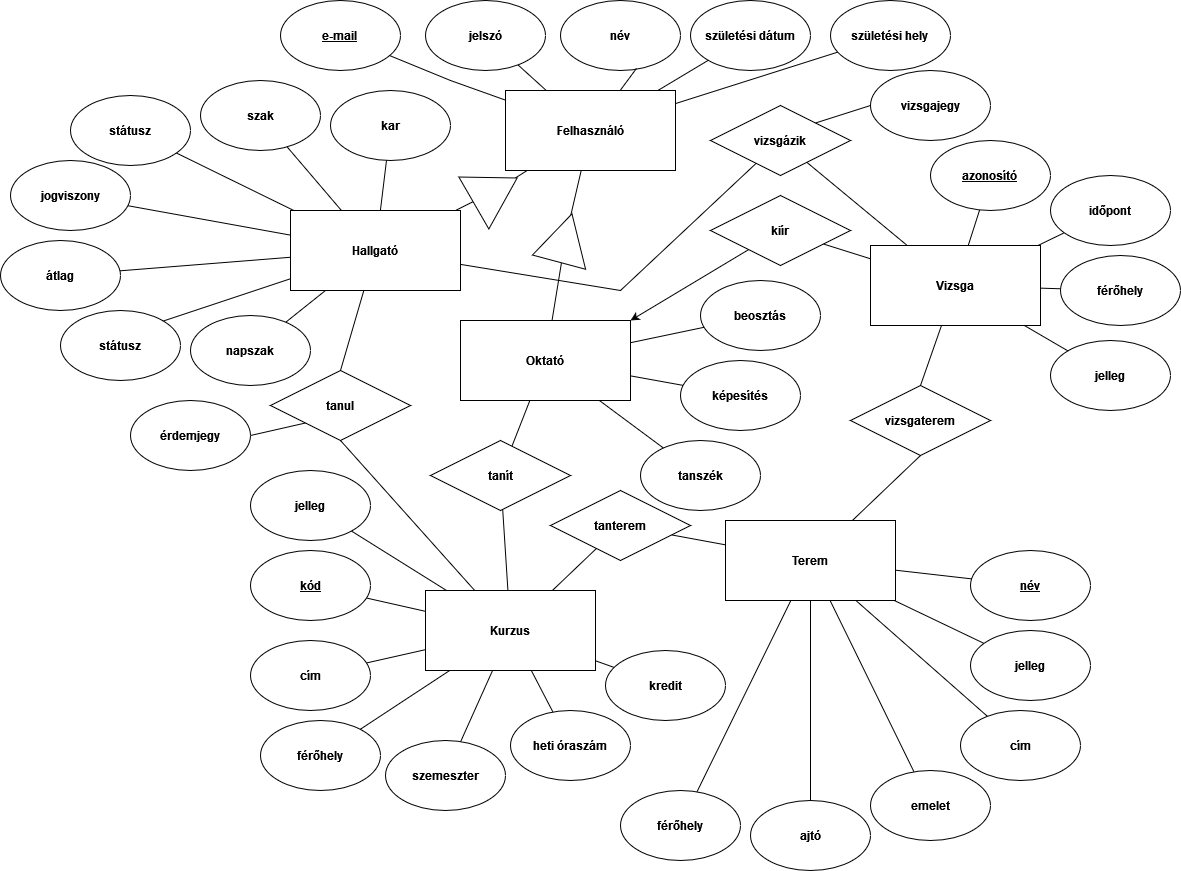
Before: M1/ETK.png, a diagram exported from draw.io (farkasp1050/banana). Source tidied: cells renumbered, new cells last; positions are measured from the earlier drawing's top-left corner, leaving out a move shared by most shapes.
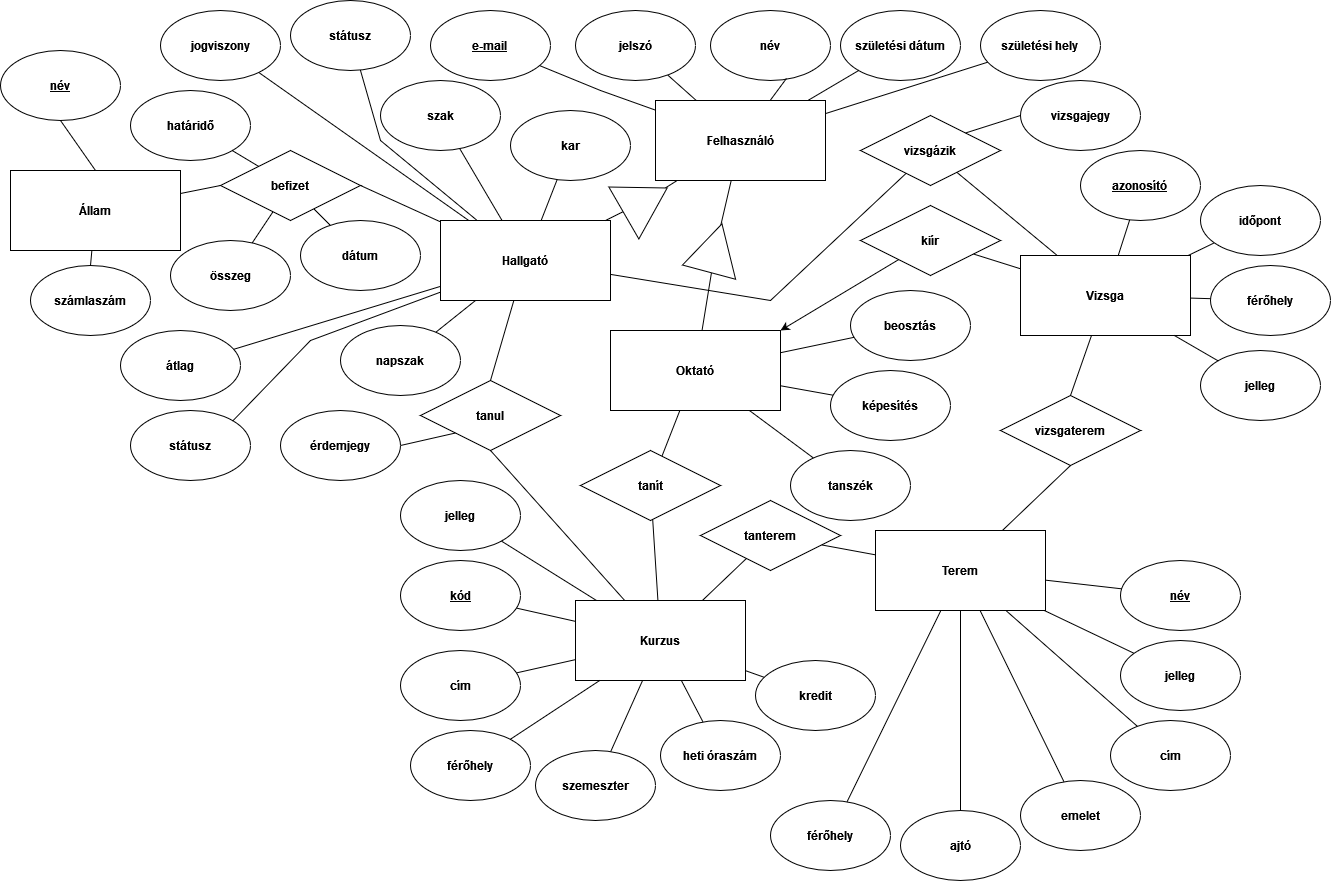
After the commit.

Commit message:
ETK - végleges

Change to the diagram source:
```diff
@@ -18,10 +18,10 @@
       <mxGeometry x="830" width="120" height="70" as="geometry" />
     </mxCell>
     <mxCell id="7" value="&lt;b&gt;jogviszony&lt;/b&gt;" style="ellipse;whiteSpace=wrap;html=1;" parent="1" vertex="1">
-      <mxGeometry x="10" y="160" width="120" height="70" as="geometry" />
+      <mxGeometry x="10" width="120" height="70" as="geometry" />
     </mxCell>
     <mxCell id="8" value="&lt;b&gt;szak&lt;/b&gt;" style="ellipse;whiteSpace=wrap;html=1;" parent="1" vertex="1">
-      <mxGeometry x="200" y="80" width="120" height="70" as="geometry" />
+      <mxGeometry x="230" y="70" width="120" height="70" as="geometry" />
     </mxCell>
     <mxCell id="9" style="endArrow=none;html=1;rounded=0;" parent="1" edge="1" source="46" target="7">
       <mxGeometry relative="1" as="geometry" />
@@ -229,13 +229,17 @@
       <mxGeometry relative="1" as="geometry" />
     </mxCell>
     <mxCell id="76" value="&lt;b&gt;státusz&lt;/b&gt;" style="ellipse;whiteSpace=wrap;html=1;" parent="1" vertex="1">
-      <mxGeometry x="70" y="95" width="120" height="70" as="geometry" />
+      <mxGeometry x="140" y="-10" width="120" height="70" as="geometry" />
     </mxCell>
     <mxCell id="77" style="endArrow=none;html=1;rounded=0;" parent="1" edge="1" source="46" target="76">
-      <mxGeometry relative="1" as="geometry" />
+      <mxGeometry relative="1" as="geometry">
+        <Array as="points">
+          <mxPoint x="230" y="130" />
+        </Array>
+      </mxGeometry>
     </mxCell>
     <mxCell id="78" value="&lt;b&gt;kar&lt;/b&gt;" style="ellipse;whiteSpace=wrap;html=1;" parent="1" vertex="1">
-      <mxGeometry x="330" y="90" width="120" height="70" as="geometry" />
+      <mxGeometry x="360" y="100" width="120" height="70" as="geometry" />
     </mxCell>
     <mxCell id="79" style="endArrow=none;html=1;rounded=0;" parent="1" edge="1" source="46" target="78">
       <mxGeometry relative="1" as="geometry" />
@@ -269,10 +273,14 @@
       </mxGeometry>
     </mxCell>
     <mxCell id="88" value="&lt;b&gt;státusz&lt;/b&gt;" style="ellipse;whiteSpace=wrap;html=1;" parent="1" vertex="1">
-      <mxGeometry x="60" y="310" width="120" height="70" as="geometry" />
+      <mxGeometry x="-20" y="400" width="120" height="70" as="geometry" />
     </mxCell>
     <mxCell id="89" style="endArrow=none;html=1;rounded=0;entryX=1;entryY=0;entryDx=0;entryDy=0;" parent="1" edge="1" source="46" target="88">
-      <mxGeometry relative="1" as="geometry" />
+      <mxGeometry relative="1" as="geometry">
+        <Array as="points">
+          <mxPoint x="160" y="330" />
+        </Array>
+      </mxGeometry>
     </mxCell>
     <mxCell id="90" value="&lt;b&gt;napszak&lt;/b&gt;" style="ellipse;whiteSpace=wrap;html=1;" parent="1" vertex="1">
       <mxGeometry x="190" y="315" width="120" height="70" as="geometry" />
@@ -281,7 +289,7 @@
       <mxGeometry relative="1" as="geometry" />
     </mxCell>
     <mxCell id="92" value="&lt;b&gt;átlag&lt;/b&gt;" style="ellipse;whiteSpace=wrap;html=1;" parent="1" vertex="1">
-      <mxGeometry y="240" width="120" height="70" as="geometry" />
+      <mxGeometry x="-30" y="320" width="120" height="70" as="geometry" />
     </mxCell>
     <mxCell id="93" style="endArrow=none;html=1;rounded=0;" parent="1" edge="1" source="46" target="92">
       <mxGeometry relative="1" as="geometry" />
@@ -304,5 +312,47 @@
     <mxCell id="99" style="endArrow=none;html=1;rounded=0;entryX=1;entryY=0.5;entryDx=0;entryDy=0;exitX=0;exitY=1;exitDx=0;exitDy=0;" parent="1" edge="1" source="64" target="98">
       <mxGeometry relative="1" as="geometry" />
     </mxCell>
+    <mxCell id="100" value="&lt;b&gt;Állam&lt;/b&gt;" style="rounded=0;whiteSpace=wrap;html=1;" parent="1" vertex="1">
+      <mxGeometry x="-140" y="160" width="170" height="80" as="geometry" />
+    </mxCell>
+    <mxCell id="101" value="&lt;b&gt;befizet&lt;/b&gt;" style="rhombus;whiteSpace=wrap;html=1;" parent="1" vertex="1">
+      <mxGeometry x="70" y="140" width="140" height="70" as="geometry" />
+    </mxCell>
+    <mxCell id="102" style="endArrow=none;html=1;rounded=0;entryX=1;entryY=0.5;entryDx=0;entryDy=0;" parent="1" edge="1" source="46" target="101">
+      <mxGeometry relative="1" as="geometry" />
+    </mxCell>
+    <mxCell id="103" style="endArrow=none;html=1;rounded=0;exitX=0;exitY=0.5;exitDx=0;exitDy=0;" parent="1" edge="1" source="101" target="100">
+      <mxGeometry relative="1" as="geometry" />
+    </mxCell>
+    <mxCell id="104" value="&lt;u&gt;&lt;b&gt;név&lt;/b&gt;&lt;/u&gt;" style="ellipse;whiteSpace=wrap;html=1;" parent="1" vertex="1">
+      <mxGeometry x="-150" y="40" width="120" height="70" as="geometry" />
+    </mxCell>
+    <mxCell id="105" value="&lt;b&gt;számlaszám&lt;/b&gt;" style="ellipse;whiteSpace=wrap;html=1;" parent="1" vertex="1">
+      <mxGeometry x="-120" y="255" width="120" height="70" as="geometry" />
+    </mxCell>
+    <mxCell id="106" style="endArrow=none;html=1;rounded=0;exitX=0.5;exitY=0;exitDx=0;exitDy=0;" parent="1" edge="1" source="105" target="100">
+      <mxGeometry relative="1" as="geometry" />
+    </mxCell>
+    <mxCell id="107" style="endArrow=none;html=1;rounded=0;exitX=0.5;exitY=0;exitDx=0;exitDy=0;entryX=0.5;entryY=1;entryDx=0;entryDy=0;" parent="1" edge="1" source="100" target="104">
+      <mxGeometry relative="1" as="geometry" />
+    </mxCell>
+    <mxCell id="108" value="&lt;b&gt;összeg&lt;/b&gt;" style="ellipse;whiteSpace=wrap;html=1;" parent="1" vertex="1">
+      <mxGeometry x="20" y="230" width="120" height="70" as="geometry" />
+    </mxCell>
+    <mxCell id="109" value="&lt;b&gt;dátum&lt;/b&gt;" style="ellipse;whiteSpace=wrap;html=1;" parent="1" vertex="1">
+      <mxGeometry x="150" y="210" width="120" height="70" as="geometry" />
+    </mxCell>
+    <mxCell id="110" style="endArrow=none;html=1;rounded=0;" parent="1" edge="1" source="109" target="101">
+      <mxGeometry relative="1" as="geometry" />
+    </mxCell>
+    <mxCell id="111" style="endArrow=none;html=1;rounded=0;" parent="1" edge="1" source="101" target="108">
+      <mxGeometry relative="1" as="geometry" />
+    </mxCell>
+    <mxCell id="112" value="&lt;b&gt;határidő&lt;/b&gt;" style="ellipse;whiteSpace=wrap;html=1;" parent="1" vertex="1">
+      <mxGeometry x="-20" y="80" width="120" height="70" as="geometry" />
+    </mxCell>
+    <mxCell id="113" style="endArrow=none;html=1;rounded=0;" parent="1" edge="1" source="101" target="112">
+      <mxGeometry relative="1" as="geometry" />
+    </mxCell>
   </root>
 </mxGraphModel>
```
